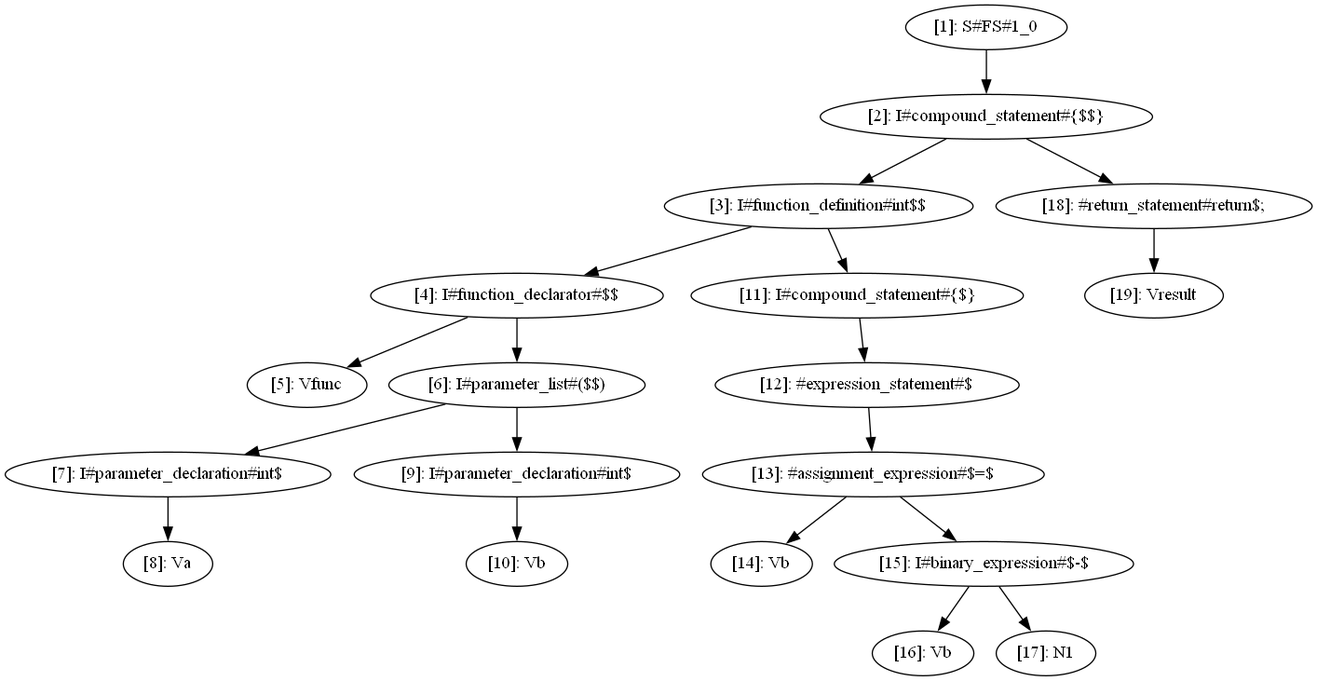
deryaerman/DIA-System-DS-Plagiarism-Checker-GIT keeps this Graphviz diagram as cass.png. Above is the earlier version. Its source is kept beside it as cass.dot.
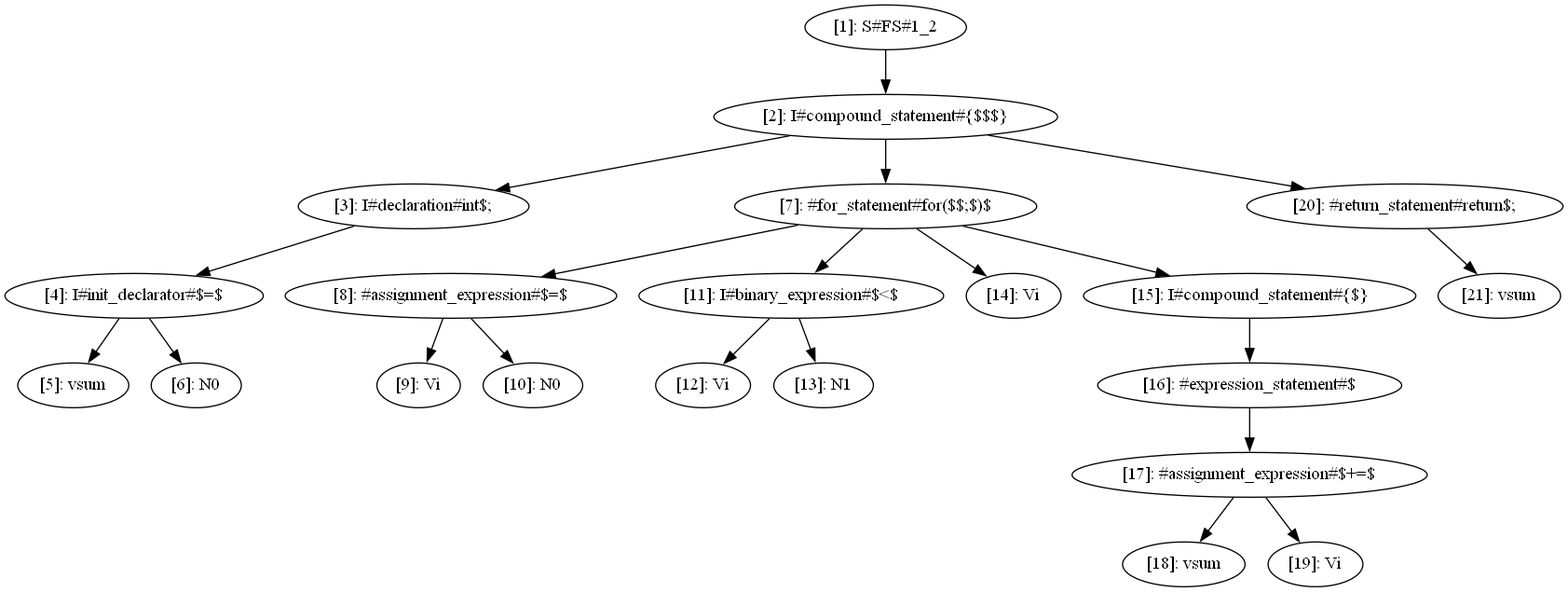
Above is the later version.

The edit, as a diff of the source:
```diff
@@ -1,40 +1,44 @@
 digraph CASS {
   node [shape=ellipse];
-  n1 [label="[1]: S#FS#1_0"];
-  n2 [label="[2]: I#compound_statement#{$$}"];
-  n3 [label="[3]: I#function_definition#int$$"];
-  n4 [label="[4]: I#function_declarator#$$"];
-  n5 [label="[5]: Vfunc"];
-  n6 [label="[6]: I#parameter_list#($$)"];
-  n7 [label="[7]: I#parameter_declaration#int$"];
-  n8 [label="[8]: Va"];
-  n9 [label="[9]: I#parameter_declaration#int$"];
-  n10 [label="[10]: Vb"];
-  n11 [label="[11]: I#compound_statement#{$}"];
-  n12 [label="[12]: #expression_statement#$"];
-  n13 [label="[13]: #assignment_expression#$=$"];
-  n14 [label="[14]: Vb"];
-  n15 [label="[15]: I#binary_expression#$-$"];
-  n16 [label="[16]: Vb"];
-  n17 [label="[17]: N1"];
-  n18 [label="[18]: #return_statement#return$;"];
-  n19 [label="[19]: Vresult"];
+  n1 [label="[1]: S#FS#1_2"];
+  n2 [label="[2]: I#compound_statement#{$$$}"];
+  n3 [label="[3]: I#declaration#int$;"];
+  n4 [label="[4]: I#init_declarator#$=$"];
+  n5 [label="[5]: vsum"];
+  n6 [label="[6]: N0"];
+  n7 [label="[7]: #for_statement#for($$;$)$"];
+  n8 [label="[8]: #assignment_expression#$=$"];
+  n9 [label="[9]: Vi"];
+  n10 [label="[10]: N0"];
+  n11 [label="[11]: I#binary_expression#$<$"];
+  n12 [label="[12]: Vi"];
+  n13 [label="[13]: N1"];
+  n14 [label="[14]: Vi"];
+  n15 [label="[15]: I#compound_statement#{$}"];
+  n16 [label="[16]: #expression_statement#$"];
+  n17 [label="[17]: #assignment_expression#$+=$"];
+  n18 [label="[18]: vsum"];
+  n19 [label="[19]: Vi"];
+  n20 [label="[20]: #return_statement#return$;"];
+  n21 [label="[21]: vsum"];
   n1 -> n2;
   n2 -> n3;
   n3 -> n4;
   n4 -> n5;
   n4 -> n6;
-  n6 -> n7;
+  n2 -> n7;
   n7 -> n8;
-  n6 -> n9;
-  n9 -> n10;
-  n3 -> n11;
+  n8 -> n9;
+  n8 -> n10;
+  n7 -> n11;
   n11 -> n12;
-  n12 -> n13;
-  n13 -> n14;
-  n13 -> n15;
+  n11 -> n13;
+  n7 -> n14;
+  n7 -> n15;
   n15 -> n16;
-  n15 -> n17;
-  n2 -> n18;
-  n18 -> n19;
+  n16 -> n17;
+  n17 -> n18;
+  n17 -> n19;
+  n2 -> n20;
+  n20 -> n21;
 }
```
